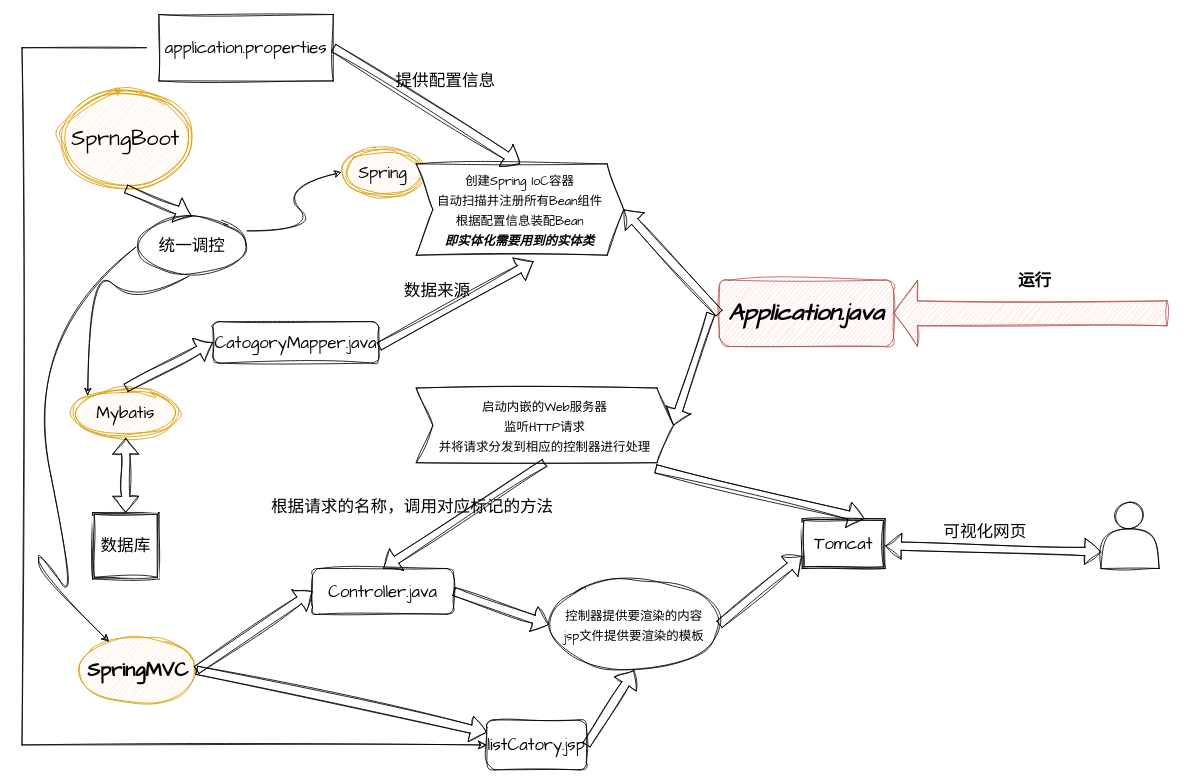
Earlier version of the draw.io diagram SpringBoot.drawio (177-Liukuan/MyPicture). Source tidied: cells renumbered, new cells numbered last; positions are measured from the earlier drawing's top-left corner, leaving out a move shared by most shapes. Both pictures are drawn from the tidied source at 83%, with x=0, y=0 at pixel (22, 14).
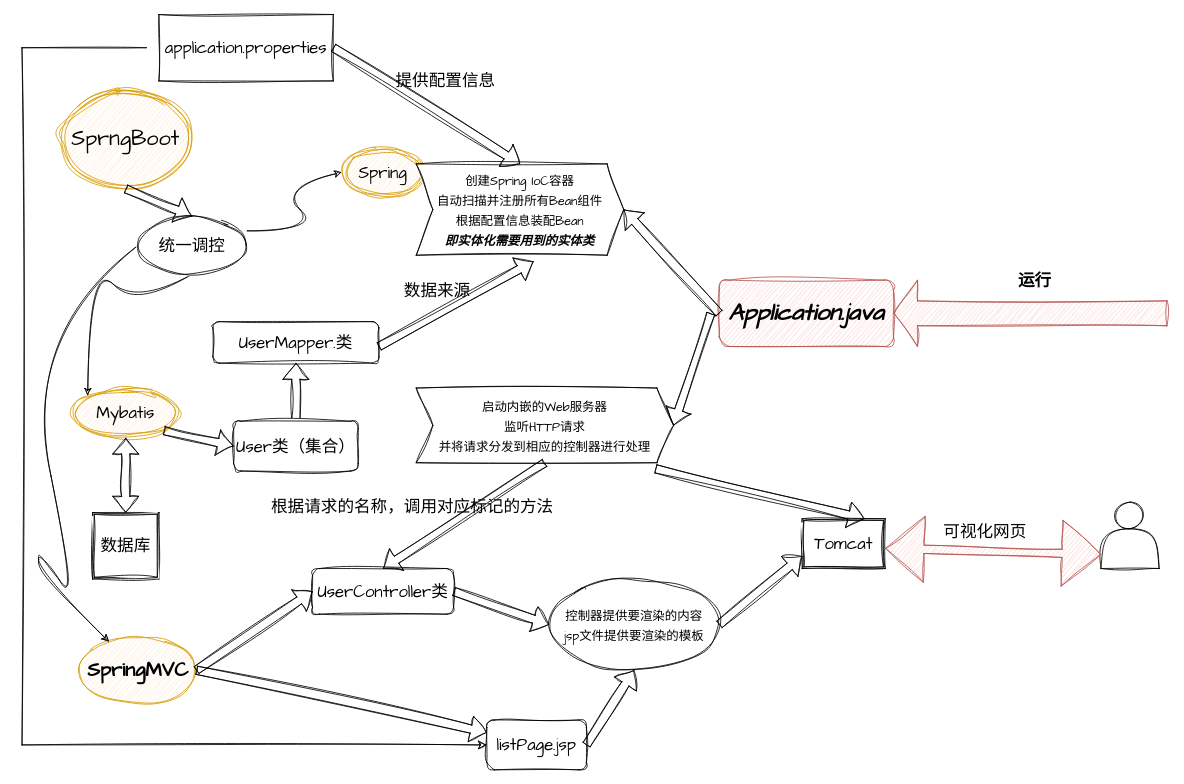
Above is the later version.

The change refers to these unchanged cells:
```xml
<mxCell id="3" style="shape=actor;whiteSpace=wrap;html=1;sketch=1;hachureGap=4;jiggle=2;curveFitting=1;fontFamily=Architects Daughter;fontSize=20;" parent="1" vertex="1">
  <mxGeometry x="1300" y="587.5" width="70" height="80" as="geometry" />
</mxCell>
<mxCell id="8" value="Mybatis" style="ellipse;shape=doubleEllipse;whiteSpace=wrap;html=1;sketch=1;hachureGap=4;jiggle=2;curveFitting=1;fontFamily=Architects Daughter;fontSize=20;fillColor=#ffe6cc;strokeColor=#d79b00;" parent="1" vertex="1">
  <mxGeometry x="60" y="450" width="130" height="60" as="geometry" />
</mxCell>
```

What changed in the source:
```diff
@@
-    <mxCell id="9" value="Controller.java" style="rounded=1;whiteSpace=wrap;html=1;sketch=1;hachureGap=4;jiggle=2;curveFitting=1;fontFamily=Architects Daughter;fontSize=20;" parent="1" vertex="1">
+    <mxCell id="9" value="UserController类" style="rounded=1;whiteSpace=wrap;html=1;sketch=1;hachureGap=4;jiggle=2;curveFitting=1;fontFamily=Architects Daughter;fontSize=20;" parent="1" vertex="1">
       <mxGeometry x="350" y="667.5" width="170" height="55" as="geometry" />
     </mxCell>
-    <mxCell id="10" value="CatogoryMapper.java" style="rounded=1;whiteSpace=wrap;html=1;sketch=1;hachureGap=4;jiggle=2;curveFitting=1;fontFamily=Architects Daughter;fontSize=20;" parent="1" vertex="1">
+    <mxCell id="10" value="UserMapper.类" style="rounded=1;whiteSpace=wrap;html=1;sketch=1;hachureGap=4;jiggle=2;curveFitting=1;fontFamily=Architects Daughter;fontSize=20;" parent="1" vertex="1">
       <mxGeometry x="230" y="370" width="200" height="50" as="geometry" />
     </mxCell>
-    <mxCell id="11" style="shape=flexArrow;endArrow=classic;startArrow=classic;html=1;rounded=0;sketch=1;hachureGap=4;jiggle=2;curveFitting=1;fontFamily=Architects Daughter;fontSize=16;entryX=0;entryY=0.75;entryDx=0;entryDy=0;" parent="1" edge="1" target="3">
+    <mxCell id="11" style="shape=flexArrow;endArrow=classic;startArrow=classic;html=1;rounded=0;sketch=1;hachureGap=4;jiggle=2;curveFitting=1;fontFamily=Architects Daughter;fontSize=16;entryX=0;entryY=0.75;entryDx=0;entryDy=0;fillColor=#f8cecc;strokeColor=#b85450;endWidth=68;endSize=15.14;startWidth=68;startSize=15.14;" parent="1" edge="1">
       <mxGeometry relative="1" as="geometry">
-        <mxPoint x="1040" y="640" as="sourcePoint" />
+        <mxPoint x="1040" y="643" as="sourcePoint" />
+        <mxPoint x="1300" y="650.5" as="targetPoint" />
       </mxGeometry>
     </mxCell>
@@
-    <mxCell id="20" style="shape=flexArrow;endArrow=classic;html=1;rounded=0;sketch=1;hachureGap=4;jiggle=2;curveFitting=1;fontFamily=Architects Daughter;fontSize=16;entryX=0;entryY=0.5;entryDx=0;entryDy=0;exitX=0.5;exitY=0;exitDx=0;exitDy=0;" parent="1" edge="1" source="8" target="10">
+    <mxCell id="20" style="shape=flexArrow;endArrow=classic;html=1;rounded=0;sketch=1;hachureGap=4;jiggle=2;curveFitting=1;fontFamily=Architects Daughter;fontSize=16;entryX=0.5;entryY=1;entryDx=0;entryDy=0;exitX=0.5;exitY=0;exitDx=0;exitDy=0;" parent="1" edge="1" source="43" target="10">
       <mxGeometry relative="1" as="geometry" />
     </mxCell>
@@
-    <mxCell id="28" value="listCatory.jsp" style="rounded=1;whiteSpace=wrap;html=1;sketch=1;hachureGap=4;jiggle=2;curveFitting=1;fontFamily=Architects Daughter;fontSize=20;" parent="1" vertex="1">
+    <mxCell id="28" value="listPage.jsp" style="rounded=1;whiteSpace=wrap;html=1;sketch=1;hachureGap=4;jiggle=2;curveFitting=1;fontFamily=Architects Daughter;fontSize=20;" parent="1" vertex="1">
       <mxGeometry x="560" y="850" width="120" height="60" as="geometry" />
     </mxCell>
@@
+    <mxCell id="43" value="User类（集合）" style="rounded=1;whiteSpace=wrap;html=1;sketch=1;hachureGap=4;jiggle=2;curveFitting=1;fontFamily=Architects Daughter;fontSize=20;" parent="1" vertex="1">
+      <mxGeometry x="255" y="490" width="150" height="60" as="geometry" />
+    </mxCell>
+    <mxCell id="44" style="shape=flexArrow;endArrow=classic;html=1;rounded=0;sketch=1;hachureGap=4;jiggle=2;curveFitting=1;fontFamily=Architects Daughter;fontSize=16;entryX=0;entryY=0.5;entryDx=0;entryDy=0;exitX=1;exitY=1;exitDx=0;exitDy=0;" parent="1" edge="1" source="8" target="43">
+      <mxGeometry relative="1" as="geometry" />
+    </mxCell>
```
